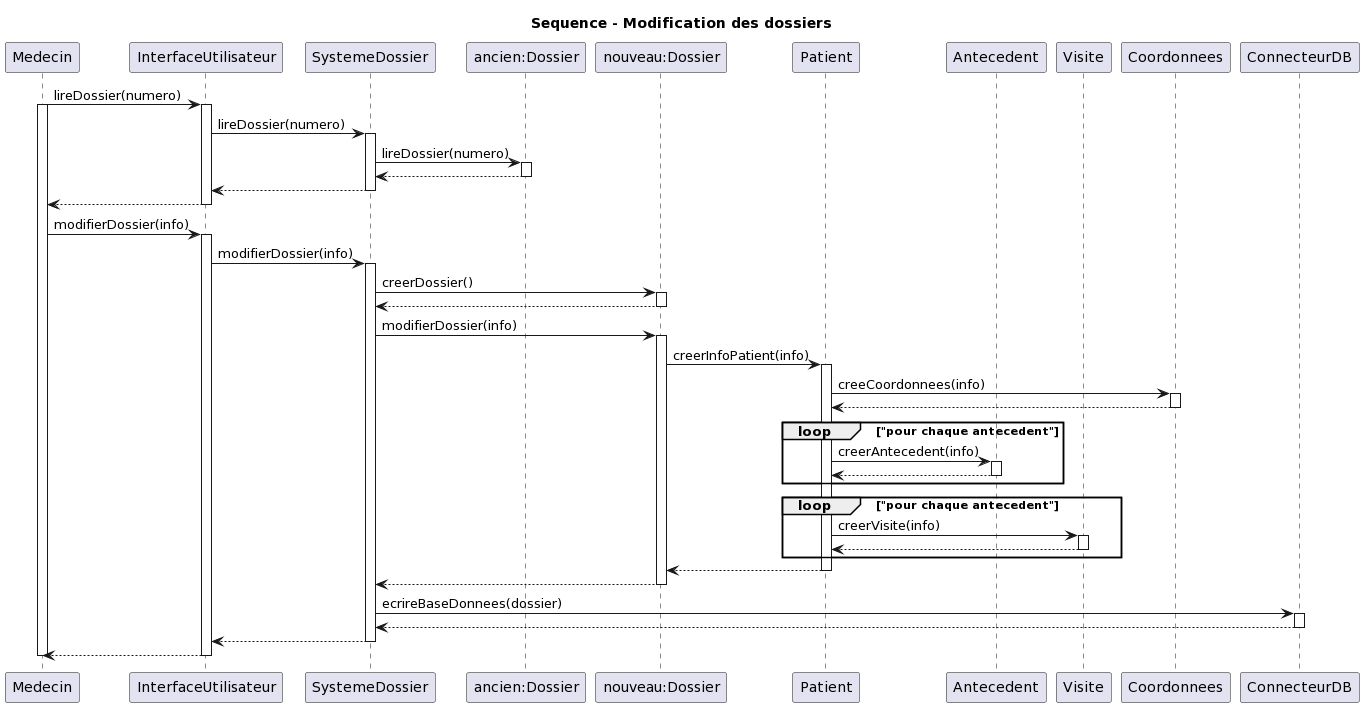
The PlantUML diagram diagrammes/SEQMOD.png in vbrayuqam/projet-genielog, before a commit.
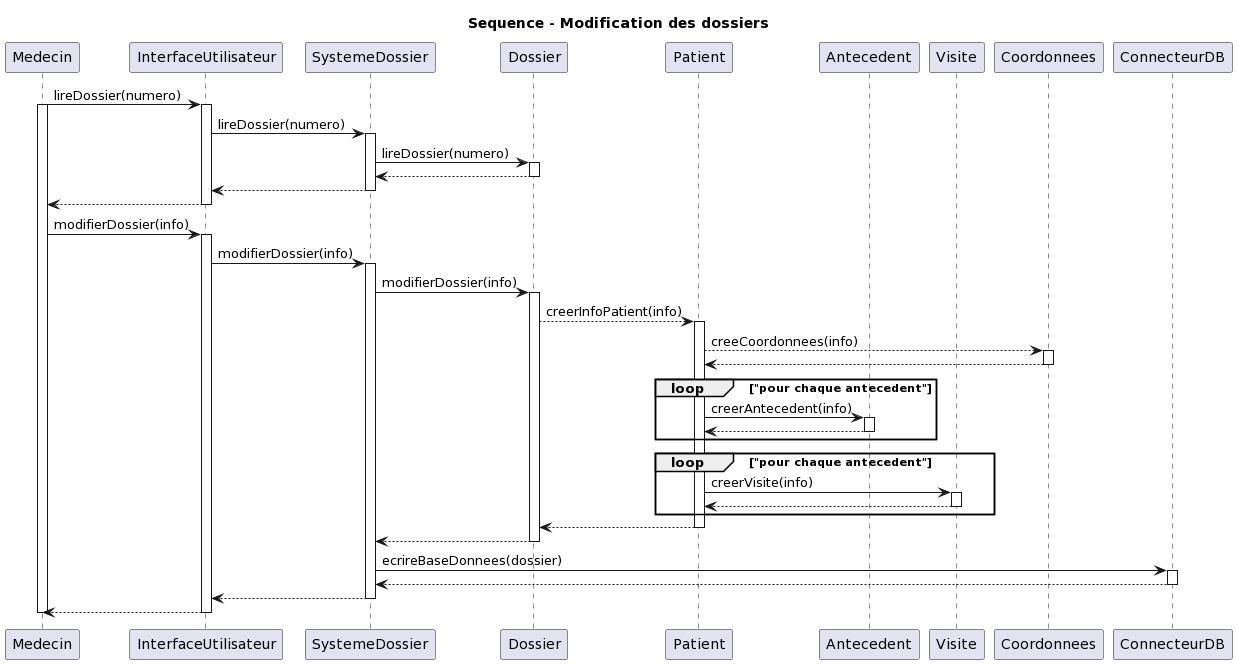
Later version of the same file.

Commit message:
correctif seqmod

What changed in the source:
```diff
@@ -4,8 +4,7 @@
 participant Medecin as M
 participant InterfaceUtilisateur as U
 participant SystemeDossier as S
-participant "ancien:Dossier" as D
-participant "nouveau:Dossier" as D2
+participant Dossier as D
 participant Patient as P
 participant Antecedent as A
 participant Visite as V
@@ -30,15 +29,11 @@
 activate U
 U -> S: modifierDossier(info)
 activate S
-S -> D2: creerDossier()
-activate D2
-D2 --> S
-deactivate D2
-S -> D2: modifierDossier(info)
-activate D2
-D2 -> P: creerInfoPatient(info)
+S -> D: modifierDossier(info)
+activate D
+D --> P: creerInfoPatient(info)
 activate P
-P -> C: creeCoordonnees(info)
+P --> C: creeCoordonnees(info)
 activate C
 C --> P
 deactivate C
@@ -57,10 +52,10 @@
   deactivate V
 end loop
 
-P --> D2
+P --> D
 deactivate P
-D2 --> S
-deactivate D2
+D --> S
+deactivate D
 S -> DB: ecrireBaseDonnees(dossier)
 activate DB
 DB --> S
```
